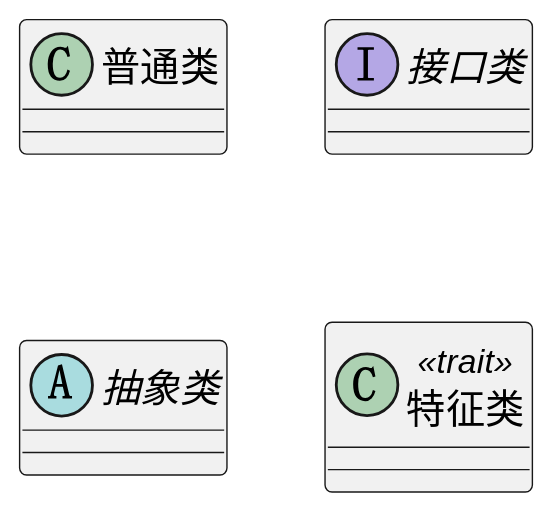
Above: assets/php/design-patterns/uml/03.svg in linjialiang/tutorial (PlantUML), before the change. Its diagram source:
```plantuml
@startuml
class 普通类{}
interface 接口类{}
abstract class 抽象类{}
class 特征类 <<trait>>{}
@enduml
```
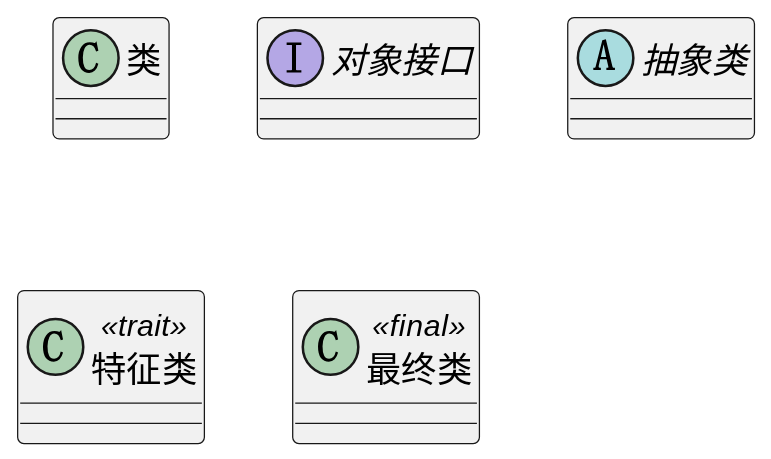
After the change.

Change to the diagram source:
```diff
@@ -1,6 +1,7 @@
 @startuml
-class 普通类{}
-interface 接口类{}
-abstract class 抽象类{}
-class 特征类 <<trait>>{}
+class 类 {}
+interface 对象接口 {}
+abstract class 抽象类 {}
+class 特征类 <<trait>> {}
+class 最终类 <<final>> {}
 @enduml
```
